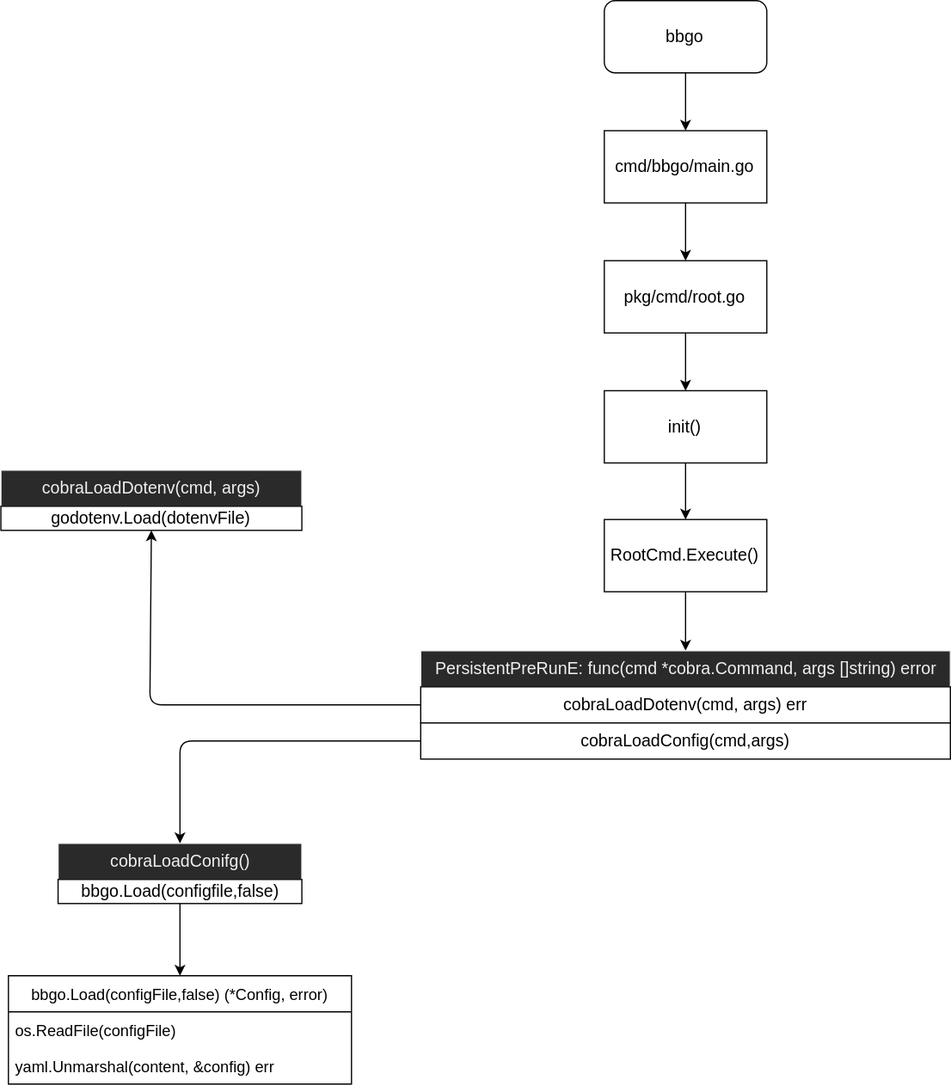
Earlier version of the draw.io export learn_bbgo_with_func/flow_chart/bbgo.drawio.svg (Kozphy/go_learn). Source tidied: cells renumbered, new cells last; positions are measured from the earlier drawing's top-left corner, leaving out a move shared by most shapes.
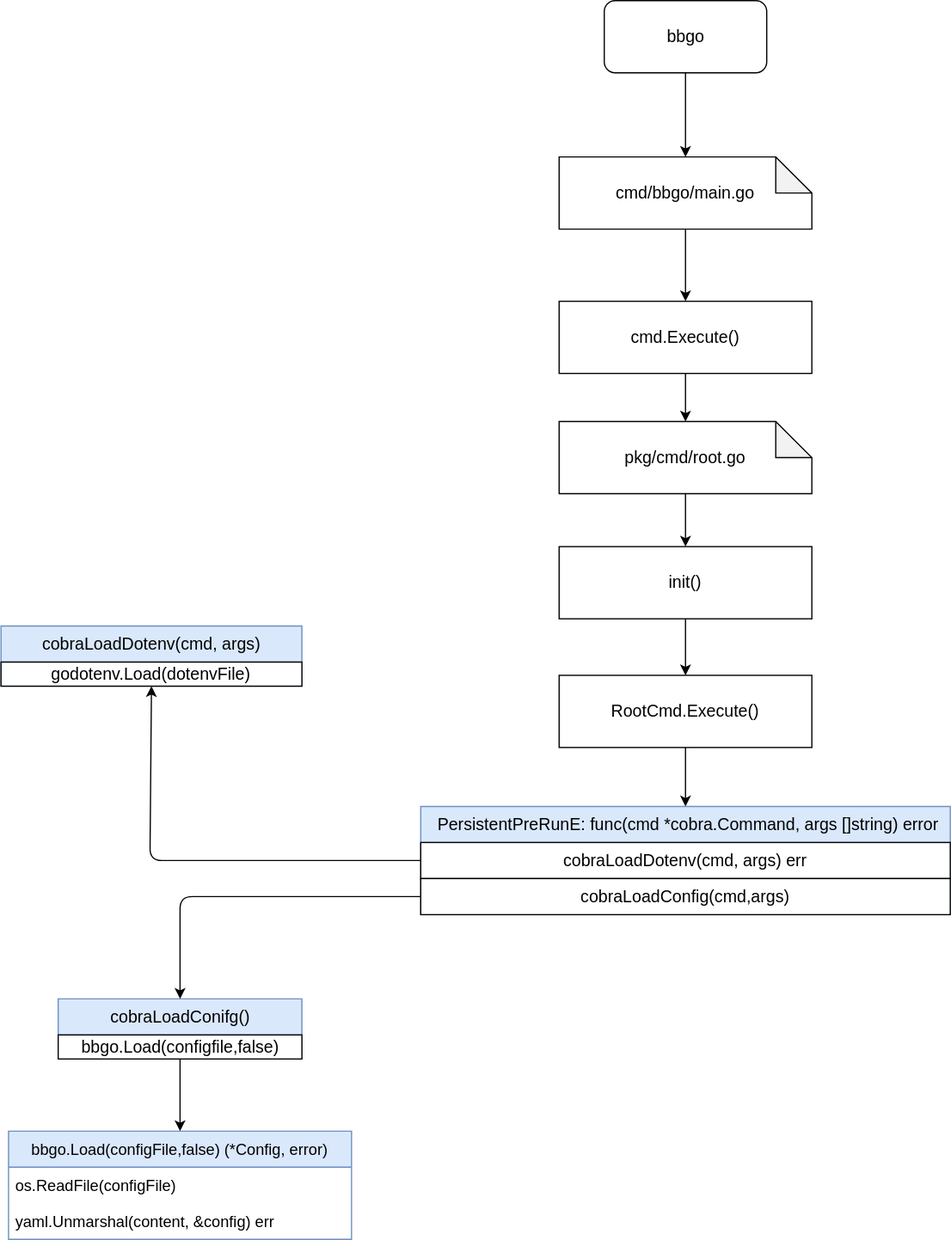
The same diagram one commit later.

The edit, as a diff of the source:
```diff
@@ -2,31 +2,31 @@
   <root>
     <mxCell id="0" />
     <mxCell id="1" parent="0" />
-    <mxCell id="2" style="edgeStyle=none;html=1;" parent="1" edge="1" source="3" target="5">
-      <mxGeometry relative="1" as="geometry" />
-    </mxCell>
+    <mxCell id="25" style="edgeStyle=orthogonalEdgeStyle;rounded=0;jettySize=auto;html=1;" parent="1" edge="1" source="3" target="27">
+      <mxGeometry relative="1" as="geometry" />
+    </mxCell>
-    <mxCell id="3" value="cmd/bbgo/main.go" style="rounded=0;whiteSpace=wrap;html=1;fontSize=14;" parent="1" vertex="1">
-      <mxGeometry x="501.5" y="108" width="135" height="60" as="geometry" />
+    <mxCell id="3" value="cmd/bbgo/main.go" style="shape=note;whiteSpace=wrap;html=1;backgroundOutline=1;darkOpacity=0.05;fontFamily=Helvetica;fontSize=14;fontColor=default;align=center;strokeColor=default;fillColor=default;" parent="1" vertex="1">
+      <mxGeometry x="464" width="210" height="60" as="geometry" />
     </mxCell>
-    <mxCell id="4" style="edgeStyle=none;html=1;" parent="1" edge="1" source="5" target="7">
+    <mxCell id="4" style="edgeStyle=orthogonalEdgeStyle;rounded=0;jettySize=auto;html=1;" parent="1" edge="1" source="5" target="7">
       <mxGeometry relative="1" as="geometry" />
     </mxCell>
-    <mxCell id="5" value="pkg/cmd/root.go" style="rounded=0;whiteSpace=wrap;html=1;fontSize=14;" parent="1" vertex="1">
-      <mxGeometry x="501.5" y="216" width="135" height="60" as="geometry" />
+    <mxCell id="5" value="pkg/cmd/root.go" style="shape=note;whiteSpace=wrap;html=1;backgroundOutline=1;darkOpacity=0.05;fontFamily=Helvetica;fontSize=14;fontColor=default;align=center;strokeColor=default;fillColor=default;" parent="1" vertex="1">
+      <mxGeometry x="464" y="220" width="210" height="60" as="geometry" />
     </mxCell>
     <mxCell id="6" style="edgeStyle=none;html=1;fontSize=14;" parent="1" edge="1" source="7" target="9">
       <mxGeometry relative="1" as="geometry" />
     </mxCell>
     <mxCell id="7" value="init()" style="rounded=0;whiteSpace=wrap;html=1;fontSize=14;" parent="1" vertex="1">
-      <mxGeometry x="501.5" y="324" width="135" height="60" as="geometry" />
+      <mxGeometry x="464" y="324" width="210" height="60" as="geometry" />
     </mxCell>
     <mxCell id="8" style="edgeStyle=none;html=1;entryX=0.5;entryY=0;entryDx=0;entryDy=0;" parent="1" edge="1" source="9" target="10">
       <mxGeometry relative="1" as="geometry" />
     </mxCell>
     <mxCell id="9" value="RootCmd.Execute()" style="rounded=0;whiteSpace=wrap;html=1;fontSize=14;" parent="1" vertex="1">
-      <mxGeometry x="501.5" y="431" width="135" height="60" as="geometry" />
+      <mxGeometry x="464" y="431" width="210" height="60" as="geometry" />
     </mxCell>
-    <mxCell id="10" value="&amp;nbsp;PersistentPreRunE: func(cmd *cobra.Command, args []string) error" style="swimlane;fontStyle=0;horizontal=1;startSize=30;fontFamily=Helvetica;fontSize=14;fontColor=rgb(240, 240, 240);align=center;strokeColor=rgb(240, 240, 240);fillColor=rgb(42, 42, 42);html=1;" parent="1" vertex="1">
+    <mxCell id="10" value="&amp;nbsp;PersistentPreRunE: func(cmd *cobra.Command, args []string) error" style="swimlane;fontStyle=0;horizontal=1;startSize=30;fontFamily=Helvetica;fontSize=14;align=center;strokeColor=#6c8ebf;fillColor=#dae8fc;html=1;" parent="1" vertex="1">
       <mxGeometry x="349" y="540" width="440" height="90" as="geometry" />
     </mxCell>
     <mxCell id="11" value="cobraLoadDotenv(cmd, args) err" style="whiteSpace=wrap;html=1;fontSize=14;" parent="10" vertex="1">
@@ -39,21 +39,21 @@
       <mxGeometry relative="1" as="geometry" />
     </mxCell>
     <mxCell id="14" value="bbgo" style="rounded=1;whiteSpace=wrap;html=1;fontSize=14;" parent="1" vertex="1">
-      <mxGeometry x="501.5" width="135" height="60" as="geometry" />
+      <mxGeometry x="501.5" y="-130" width="135" height="60" as="geometry" />
     </mxCell>
-    <mxCell id="15" value="&lt;font style=&quot;font-size: 14px&quot;&gt;cobraLoadDotenv(cmd, args)&lt;/font&gt;" style="swimlane;fontStyle=0;horizontal=1;startSize=30;fontFamily=Helvetica;fontSize=12;fontColor=rgb(240, 240, 240);align=center;strokeColor=rgb(240, 240, 240);fillColor=rgb(42, 42, 42);html=1;" parent="1" vertex="1">
+    <mxCell id="15" value="&lt;font style=&quot;font-size: 14px&quot;&gt;cobraLoadDotenv(cmd, args)&lt;/font&gt;" style="swimlane;fontStyle=0;horizontal=1;startSize=30;fontFamily=Helvetica;fontSize=12;align=center;strokeColor=#6c8ebf;fillColor=#dae8fc;html=1;" parent="1" vertex="1">
       <mxGeometry x="0.2" y="390" width="250" height="50" as="geometry" />
     </mxCell>
     <mxCell id="16" value="&lt;font style=&quot;font-size: 14px&quot;&gt;godotenv.Load(dotenvFile)&lt;/font&gt;" style="rounded=0;whiteSpace=wrap;html=1;" parent="15" vertex="1">
       <mxGeometry y="30" width="250" height="20" as="geometry" />
     </mxCell>
-    <mxCell id="17" value="&lt;font style=&quot;font-size: 14px&quot;&gt;cobraLoadConifg()&lt;/font&gt;" style="swimlane;fontStyle=0;horizontal=1;startSize=30;fontFamily=Helvetica;fontSize=12;fontColor=rgb(240, 240, 240);align=center;strokeColor=rgb(240, 240, 240);fillColor=rgb(42, 42, 42);html=1;" parent="1" vertex="1">
+    <mxCell id="17" value="&lt;font style=&quot;font-size: 14px&quot;&gt;cobraLoadConifg()&lt;/font&gt;" style="swimlane;fontStyle=0;horizontal=1;startSize=30;fontFamily=Helvetica;fontSize=12;align=center;strokeColor=#6c8ebf;fillColor=#dae8fc;html=1;" parent="1" vertex="1">
       <mxGeometry x="47.8" y="700" width="202.5" height="50" as="geometry" />
     </mxCell>
     <mxCell id="18" value="&lt;font style=&quot;font-size: 14px&quot;&gt;bbgo.Load(configfile,false)&lt;/font&gt;" style="rounded=0;whiteSpace=wrap;html=1;" parent="17" vertex="1">
       <mxGeometry y="30" width="202.5" height="20" as="geometry" />
     </mxCell>
-    <mxCell id="19" value="bbgo.Load(configFile,false) (*Config, error)" style="swimlane;fontStyle=0;horizontal=1;startSize=30;fontSize=13;" parent="1" vertex="1">
+    <mxCell id="19" value="bbgo.Load(configFile,false) (*Config, error)" style="swimlane;fontStyle=0;horizontal=1;startSize=30;fontSize=13;fillColor=#dae8fc;strokeColor=#6c8ebf;" parent="1" vertex="1">
       <mxGeometry x="6.5" y="810" width="285" height="90" as="geometry" />
     </mxCell>
     <mxCell id="20" value="os.ReadFile(configFile)" style="text;strokeColor=none;fillColor=none;align=left;verticalAlign=middle;spacingLeft=4;spacingRight=4;overflow=hidden;fontSize=13;" parent="19" vertex="1">
@@ -79,5 +79,11 @@
         </Array>
       </mxGeometry>
     </mxCell>
+    <mxCell id="26" style="edgeStyle=orthogonalEdgeStyle;rounded=0;jettySize=auto;html=1;" parent="1" edge="1" source="27" target="5">
+      <mxGeometry relative="1" as="geometry" />
+    </mxCell>
+    <mxCell id="27" value="cmd.Execute()" style="rounded=0;whiteSpace=wrap;html=1;fontSize=14;" parent="1" vertex="1">
+      <mxGeometry x="464" y="120" width="210" height="60" as="geometry" />
+    </mxCell>
   </root>
 </mxGraphModel>
```
